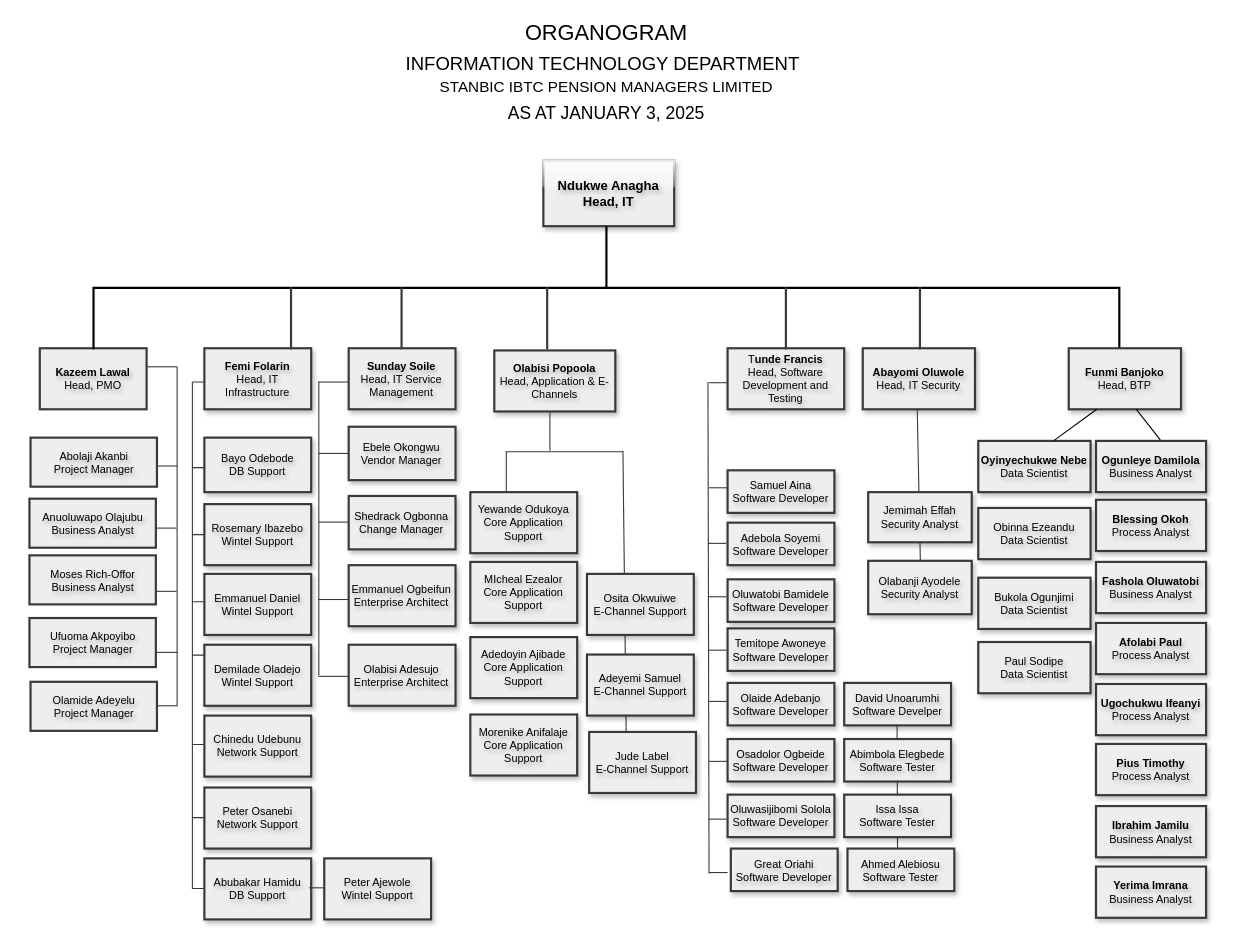
Above: page "Copy of Page-1" (2 of 3) of organogram.drawio in Great-B/standard-arch-diagrams (draw.io), before the change. Source tidied: cells renumbered, new cells numbered last; positions are measured from the earlier drawing's top-left corner, leaving out a move shared by most shapes. Both pictures are drawn from the tidied source at 109%, with x=0, y=0 at pixel (19, -226).
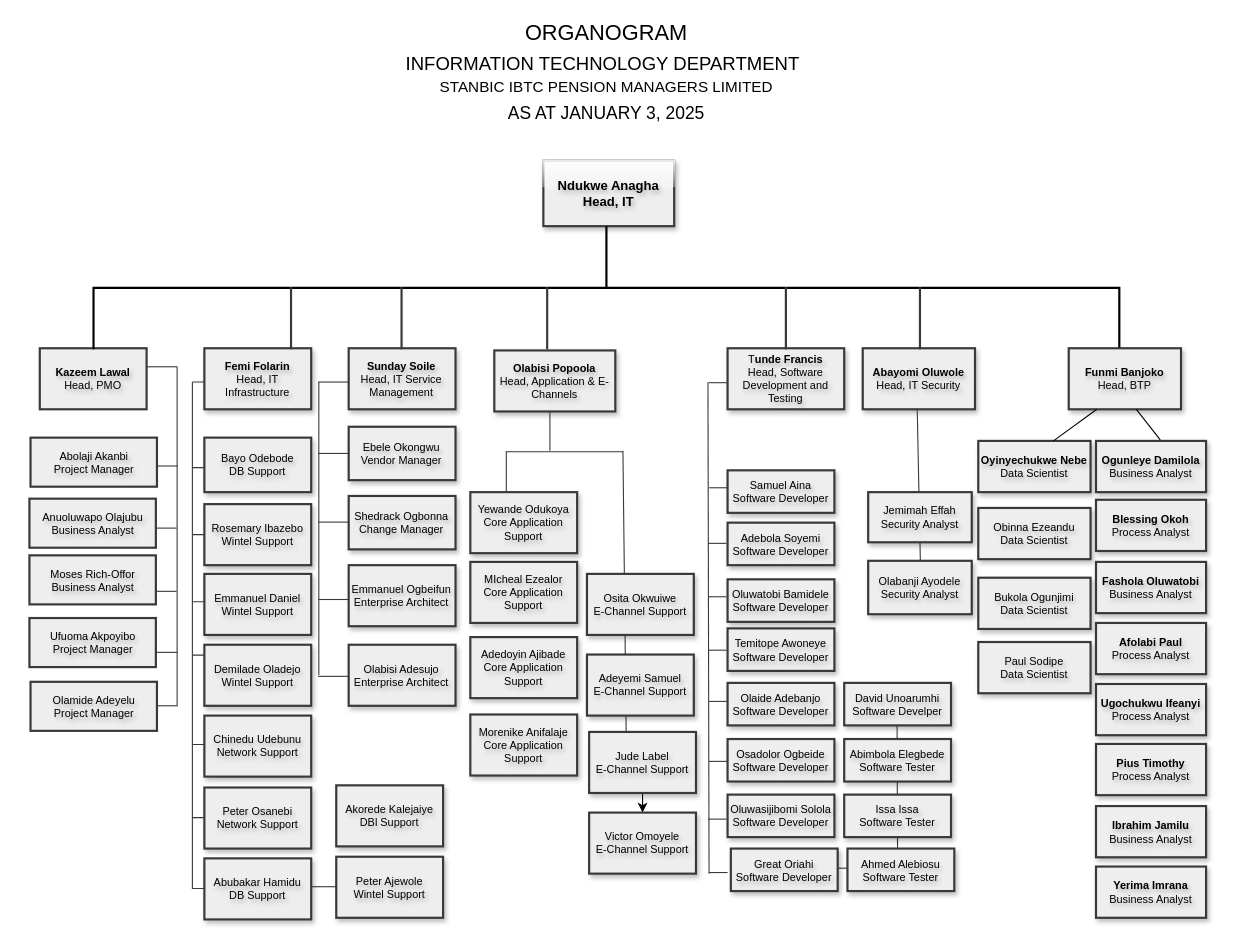
Above is the later version.

The change refers to these unchanged cells:
```xml
<mxCell id="63" value="&lt;span style=&quot;font-size: 10px;&quot;&gt;Jude Label&lt;br&gt;E-Channel Support&lt;/span&gt;" style="rounded=0;whiteSpace=wrap;html=1;strokeWidth=2;perimeterSpacing=0;glass=0;shadow=1;fontStyle=0;textShadow=1;fillColor=#eeeeee;strokeColor=#36393d;fontSize=10;" parent="1" vertex="1">
  <mxGeometry x="523" y="878" width="98" height="56" as="geometry" />
</mxCell>
```

What changed in the source:
```diff
@@
+    <mxCell id="108" style="endArrow=none;html=1;rounded=0;fillColor=#eeeeee;strokeColor=#36393d;fontSize=10;fontStyle=0;" parent="1" edge="1">
+      <mxGeometry relative="1" as="geometry">
+        <mxPoint x="746" y="1003" as="sourcePoint" />
+        <mxPoint x="763" y="1003" as="targetPoint" />
+      </mxGeometry>
+    </mxCell>
+    <mxCell id="88" style="endArrow=none;html=1;rounded=0;fillColor=#eeeeee;strokeColor=#36393d;fontSize=10;fontStyle=0;" parent="1" edge="1">
+      <mxGeometry relative="1" as="geometry">
+        <mxPoint x="263" y="1020" as="sourcePoint" />
+        <mxPoint x="291" y="1020" as="targetPoint" />
+      </mxGeometry>
+    </mxCell>
@@
+    <mxCell id="109" style="edgeStyle=orthogonalEdgeStyle;rounded=0;jettySize=auto;html=1;" parent="1" edge="1" source="63" target="111">
+      <mxGeometry relative="1" as="geometry" />
+    </mxCell>
@@
-    <mxCell id="88" style="endArrow=none;html=1;rounded=0;fillColor=#eeeeee;strokeColor=#36393d;fontSize=10;fontStyle=0;" parent="1" edge="1">
-      <mxGeometry relative="1" as="geometry">
-        <mxPoint x="266" y="1021" as="sourcePoint" />
-        <mxPoint x="294" y="1021" as="targetPoint" />
-      </mxGeometry>
-    </mxCell>
-    <mxCell id="89" value="&lt;span style=&quot;font-size: 10px;&quot;&gt;Peter Ajewole&lt;br&gt;Wintel Support&lt;/span&gt;" style="rounded=0;whiteSpace=wrap;html=1;strokeWidth=2;perimeterSpacing=0;glass=0;shadow=1;fontStyle=0;textShadow=1;fillColor=#eeeeee;strokeColor=#36393d;fontSize=10;" parent="1" vertex="1">
-      <mxGeometry x="280" y="994" width="98" height="56" as="geometry" />
+    <mxCell id="89" value="&lt;span style=&quot;font-size: 10px;&quot;&gt;Akorede Kalejaiye&lt;br&gt;DBl Support&lt;/span&gt;" style="rounded=0;whiteSpace=wrap;html=1;strokeWidth=2;perimeterSpacing=0;glass=0;shadow=1;fontStyle=0;textShadow=1;fillColor=#eeeeee;strokeColor=#36393d;fontSize=10;" parent="1" vertex="1">
+      <mxGeometry x="291" y="927" width="98" height="56" as="geometry" />
     </mxCell>
@@
+    <mxCell id="110" value="&lt;span style=&quot;font-size: 10px;&quot;&gt;Peter Ajewole&lt;br&gt;Wintel Support&lt;/span&gt;" style="rounded=0;whiteSpace=wrap;html=1;strokeWidth=2;perimeterSpacing=0;glass=0;shadow=1;fontStyle=0;textShadow=1;fillColor=#eeeeee;strokeColor=#36393d;fontSize=10;" parent="1" vertex="1">
+      <mxGeometry x="291" y="992.5" width="98" height="56" as="geometry" />
+    </mxCell>
+    <mxCell id="111" value="&lt;span style=&quot;font-size: 10px;&quot;&gt;Victor Omoyele&lt;br&gt;E-Channel Support&lt;/span&gt;" style="rounded=0;whiteSpace=wrap;html=1;strokeWidth=2;perimeterSpacing=0;glass=0;shadow=1;fontStyle=0;textShadow=1;fillColor=#eeeeee;strokeColor=#36393d;fontSize=10;" parent="1" vertex="1">
+      <mxGeometry x="523" y="952" width="98" height="56" as="geometry" />
+    </mxCell>
```
